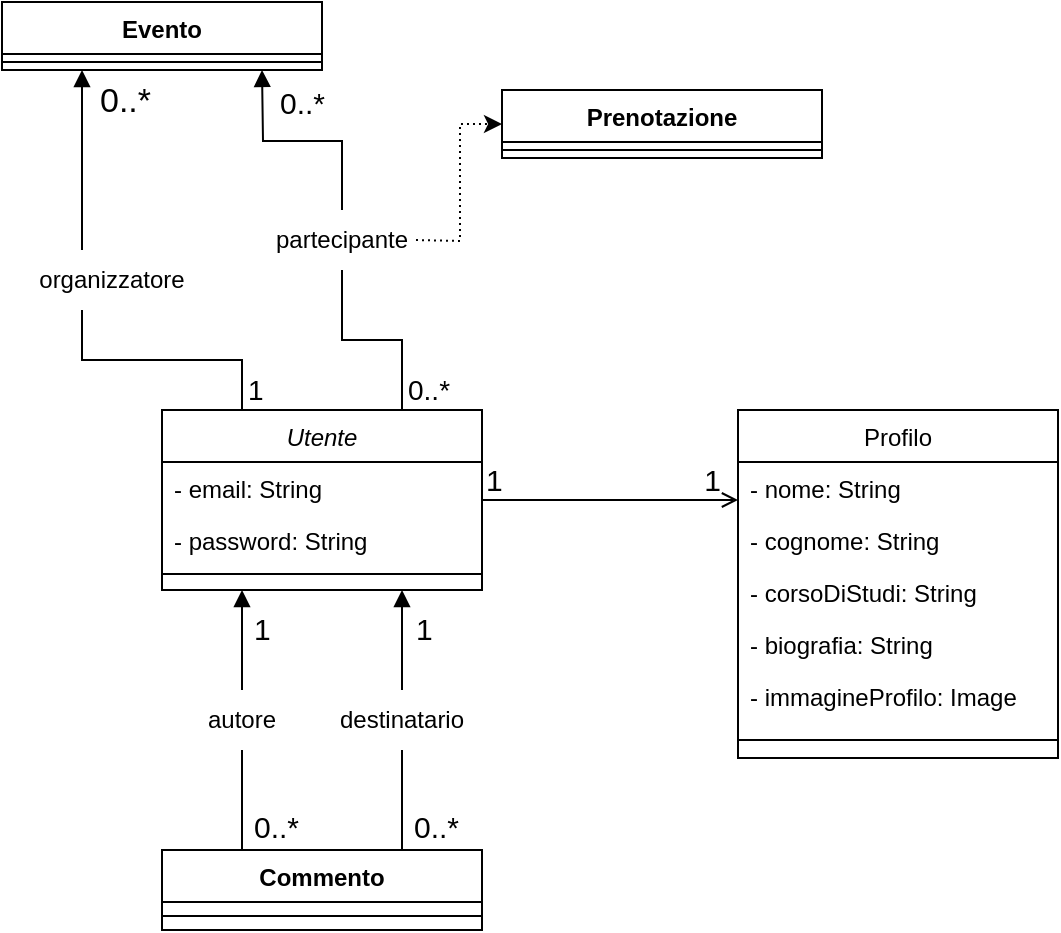
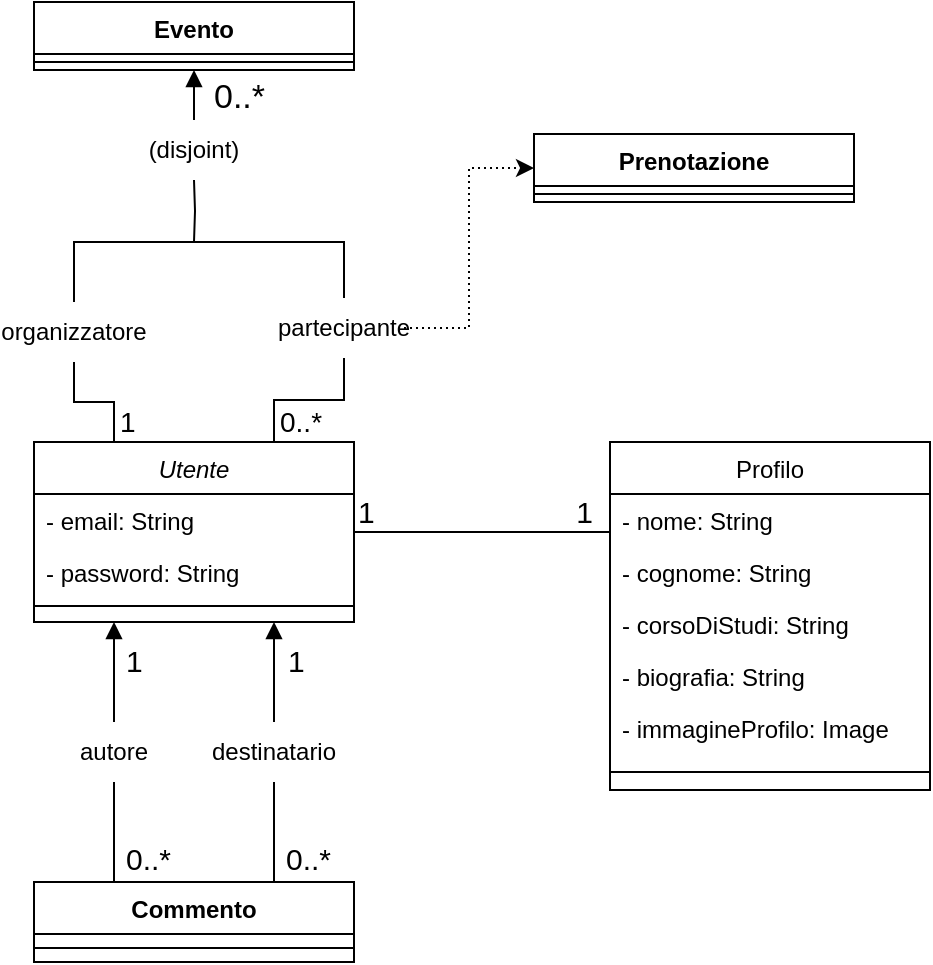
<mxfile host="app.diagrams.net">
  <diagram id="C5RBs43oDa-KdzZeNtuy" name="Page-1">
    <mxGraphModel dx="1030" dy="1696" grid="1" gridSize="10" guides="1" tooltips="1" connect="1" arrows="1" fold="1" page="1" pageScale="1" pageWidth="827" pageHeight="1169" math="0" shadow="0">
      <root>
        <mxCell id="WIyWlLk6GJQsqaUBKTNV-0" />
        <mxCell id="WIyWlLk6GJQsqaUBKTNV-1" parent="WIyWlLk6GJQsqaUBKTNV-0" />
        <mxCell id="zkfFHV4jXpPFQw0GAbJ--0" parent="WIyWlLk6GJQsqaUBKTNV-1" style="swimlane;fontStyle=2;align=center;verticalAlign=top;childLayout=stackLayout;horizontal=1;startSize=26;horizontalStack=0;resizeParent=1;resizeLast=0;collapsible=1;marginBottom=0;rounded=0;shadow=0;strokeWidth=1;" value="Utente" vertex="1">
          <mxGeometry height="90" width="160" x="220" y="120" as="geometry">
            <mxRectangle height="26" width="160" x="230" y="140" as="alternateBounds" />
          </mxGeometry>
        </mxCell>
        <mxCell id="zkfFHV4jXpPFQw0GAbJ--1" parent="zkfFHV4jXpPFQw0GAbJ--0" style="text;align=left;verticalAlign=top;spacingLeft=4;spacingRight=4;overflow=hidden;rotatable=0;points=[[0,0.5],[1,0.5]];portConstraint=eastwest;" value="- email: String" vertex="1">
          <mxGeometry height="26" width="160" y="26" as="geometry" />
        </mxCell>
        <mxCell id="zkfFHV4jXpPFQw0GAbJ--2" parent="zkfFHV4jXpPFQw0GAbJ--0" style="text;align=left;verticalAlign=top;spacingLeft=4;spacingRight=4;overflow=hidden;rotatable=0;points=[[0,0.5],[1,0.5]];portConstraint=eastwest;rounded=0;shadow=0;html=0;" value="- password: String" vertex="1">
          <mxGeometry height="26" width="160" y="52" as="geometry" />
        </mxCell>
        <mxCell id="zkfFHV4jXpPFQw0GAbJ--4" parent="zkfFHV4jXpPFQw0GAbJ--0" style="line;html=1;strokeWidth=1;align=left;verticalAlign=middle;spacingTop=-1;spacingLeft=3;spacingRight=3;rotatable=0;labelPosition=right;points=[];portConstraint=eastwest;" value="" vertex="1">
          <mxGeometry height="8" width="160" y="78" as="geometry" />
        </mxCell>
        <mxCell id="zkfFHV4jXpPFQw0GAbJ--17" parent="WIyWlLk6GJQsqaUBKTNV-1" style="swimlane;fontStyle=0;align=center;verticalAlign=top;childLayout=stackLayout;horizontal=1;startSize=26;horizontalStack=0;resizeParent=1;resizeLast=0;collapsible=1;marginBottom=0;rounded=0;shadow=0;strokeWidth=1;" value="Profilo" vertex="1">
          <mxGeometry height="174" width="160" x="508" y="120" as="geometry">
            <mxRectangle height="26" width="160" x="550" y="140" as="alternateBounds" />
          </mxGeometry>
        </mxCell>
        <mxCell id="A1KmLSKrQZBMBl_nuZv8-17" parent="zkfFHV4jXpPFQw0GAbJ--17" style="text;align=left;verticalAlign=top;spacingLeft=4;spacingRight=4;overflow=hidden;rotatable=0;points=[[0,0.5],[1,0.5]];portConstraint=eastwest;" value="- nome: String        " vertex="1">
          <mxGeometry height="26" width="160" y="26" as="geometry" />
        </mxCell>
        <mxCell id="zkfFHV4jXpPFQw0GAbJ--19" parent="zkfFHV4jXpPFQw0GAbJ--17" style="text;align=left;verticalAlign=top;spacingLeft=4;spacingRight=4;overflow=hidden;rotatable=0;points=[[0,0.5],[1,0.5]];portConstraint=eastwest;rounded=0;shadow=0;html=0;" value="- cognome: String" vertex="1">
          <mxGeometry height="26" width="160" y="52" as="geometry" />
        </mxCell>
        <mxCell id="zkfFHV4jXpPFQw0GAbJ--20" parent="zkfFHV4jXpPFQw0GAbJ--17" style="text;align=left;verticalAlign=top;spacingLeft=4;spacingRight=4;overflow=hidden;rotatable=0;points=[[0,0.5],[1,0.5]];portConstraint=eastwest;rounded=0;shadow=0;html=0;" value="- corsoDiStudi: String" vertex="1">
          <mxGeometry height="26" width="160" y="78" as="geometry" />
        </mxCell>
        <mxCell id="zkfFHV4jXpPFQw0GAbJ--21" parent="zkfFHV4jXpPFQw0GAbJ--17" style="text;align=left;verticalAlign=top;spacingLeft=4;spacingRight=4;overflow=hidden;rotatable=0;points=[[0,0.5],[1,0.5]];portConstraint=eastwest;rounded=0;shadow=0;html=0;" value="- biografia: String" vertex="1">
          <mxGeometry height="26" width="160" y="104" as="geometry" />
        </mxCell>
        <mxCell id="zkfFHV4jXpPFQw0GAbJ--22" parent="zkfFHV4jXpPFQw0GAbJ--17" style="text;align=left;verticalAlign=top;spacingLeft=4;spacingRight=4;overflow=hidden;rotatable=0;points=[[0,0.5],[1,0.5]];portConstraint=eastwest;rounded=0;shadow=0;html=0;" value="- immagineProfilo: Image" vertex="1">
          <mxGeometry height="26" width="160" y="130" as="geometry" />
        </mxCell>
        <mxCell id="zkfFHV4jXpPFQw0GAbJ--23" parent="zkfFHV4jXpPFQw0GAbJ--17" style="line;html=1;strokeWidth=1;align=left;verticalAlign=middle;spacingTop=-1;spacingLeft=3;spacingRight=3;rotatable=0;labelPosition=right;points=[];portConstraint=eastwest;" value="" vertex="1">
          <mxGeometry height="18" width="160" y="156" as="geometry" />
        </mxCell>
-         <mxCell id="zkfFHV4jXpPFQw0GAbJ--26" edge="1" parent="WIyWlLk6GJQsqaUBKTNV-1" source="zkfFHV4jXpPFQw0GAbJ--0" style="endArrow=open;shadow=0;strokeWidth=1;rounded=0;curved=0;endFill=1;edgeStyle=elbowEdgeStyle;elbow=vertical;" target="zkfFHV4jXpPFQw0GAbJ--17" value="">
+         <mxCell id="zkfFHV4jXpPFQw0GAbJ--26" edge="1" parent="WIyWlLk6GJQsqaUBKTNV-1" source="zkfFHV4jXpPFQw0GAbJ--0" style="endArrow=none;shadow=0;strokeWidth=1;rounded=0;curved=0;endFill=0;edgeStyle=elbowEdgeStyle;elbow=vertical;" target="zkfFHV4jXpPFQw0GAbJ--17" value="">
          <mxGeometry relative="1" x="0.5" y="41" as="geometry">
            <mxPoint x="-40" y="32" as="offset" />
            <mxPoint x="380" y="192" as="sourcePoint" />
            <mxPoint x="540" y="192" as="targetPoint" />
          </mxGeometry>
        </mxCell>
        <mxCell id="zkfFHV4jXpPFQw0GAbJ--27" connectable="0" parent="zkfFHV4jXpPFQw0GAbJ--26" style="resizable=0;align=left;verticalAlign=bottom;labelBackgroundColor=none;fontSize=15;" value="1" vertex="1">
          <mxGeometry relative="1" x="-1" as="geometry">
            <mxPoint as="offset" />
          </mxGeometry>
        </mxCell>
        <mxCell id="zkfFHV4jXpPFQw0GAbJ--28" connectable="0" parent="zkfFHV4jXpPFQw0GAbJ--26" style="resizable=0;align=right;verticalAlign=bottom;labelBackgroundColor=none;fontSize=15;" value="1" vertex="1">
          <mxGeometry relative="1" x="1" as="geometry">
            <mxPoint x="-7" as="offset" />
          </mxGeometry>
        </mxCell>
        <mxCell id="A1KmLSKrQZBMBl_nuZv8-7" parent="WIyWlLk6GJQsqaUBKTNV-1" style="swimlane;fontStyle=1;align=center;verticalAlign=top;childLayout=stackLayout;horizontal=1;startSize=26;horizontalStack=0;resizeParent=1;resizeParentMax=0;resizeLast=0;collapsible=1;marginBottom=0;whiteSpace=wrap;html=1;" value="Commento" vertex="1">
          <mxGeometry height="40" width="160" x="220" y="340" as="geometry" />
        </mxCell>
        <mxCell id="A1KmLSKrQZBMBl_nuZv8-9" parent="A1KmLSKrQZBMBl_nuZv8-7" style="line;strokeWidth=1;fillColor=none;align=left;verticalAlign=middle;spacingTop=-1;spacingLeft=3;spacingRight=3;rotatable=0;labelPosition=right;points=[];portConstraint=eastwest;strokeColor=inherit;" value="" vertex="1">
          <mxGeometry height="14" width="160" y="26" as="geometry" />
        </mxCell>
        <mxCell id="A1KmLSKrQZBMBl_nuZv8-25" edge="1" parent="WIyWlLk6GJQsqaUBKTNV-1" source="A1KmLSKrQZBMBl_nuZv8-31" style="endArrow=block;endFill=1;html=1;edgeStyle=orthogonalEdgeStyle;align=left;verticalAlign=top;rounded=0;entryX=0.25;entryY=1;entryDx=0;entryDy=0;" target="zkfFHV4jXpPFQw0GAbJ--0" value="">
          <mxGeometry relative="1" x="-1" as="geometry">
            <mxPoint x="240" y="300" as="sourcePoint" />
            <mxPoint x="400" y="300" as="targetPoint" />
          </mxGeometry>
        </mxCell>
        <mxCell id="A1KmLSKrQZBMBl_nuZv8-28" connectable="0" parent="WIyWlLk6GJQsqaUBKTNV-1" style="edgeLabel;resizable=0;html=1;align=left;verticalAlign=bottom;" value="&lt;font style=&quot;font-size: 15px;&quot;&gt;1&lt;/font&gt;" vertex="1">
          <mxGeometry x="264" y="240" as="geometry" />
        </mxCell>
        <mxCell id="A1KmLSKrQZBMBl_nuZv8-33" edge="1" parent="WIyWlLk6GJQsqaUBKTNV-1" source="A1KmLSKrQZBMBl_nuZv8-36" style="endArrow=block;endFill=1;html=1;edgeStyle=orthogonalEdgeStyle;align=left;verticalAlign=top;rounded=0;exitX=0.5;exitY=0;exitDx=0;exitDy=0;entryX=0.75;entryY=1;entryDx=0;entryDy=0;" target="zkfFHV4jXpPFQw0GAbJ--0" value="">
          <mxGeometry relative="1" x="-1" as="geometry">
            <mxPoint x="341" y="340" as="sourcePoint" />
            <mxPoint x="341" y="220" as="targetPoint" />
          </mxGeometry>
        </mxCell>
        <mxCell id="A1KmLSKrQZBMBl_nuZv8-35" connectable="0" parent="WIyWlLk6GJQsqaUBKTNV-1" style="edgeLabel;resizable=0;html=1;align=left;verticalAlign=bottom;fontSize=15;" value="1" vertex="1">
          <mxGeometry x="345" y="240" as="geometry" />
        </mxCell>
        <mxCell id="A1KmLSKrQZBMBl_nuZv8-37" parent="WIyWlLk6GJQsqaUBKTNV-1" style="swimlane;fontStyle=1;align=center;verticalAlign=top;childLayout=stackLayout;horizontal=1;startSize=26;horizontalStack=0;resizeParent=1;resizeParentMax=0;resizeLast=0;collapsible=1;marginBottom=0;whiteSpace=wrap;html=1;" value="Evento" vertex="1">
-           <mxGeometry height="34" width="160" x="140" y="-84" as="geometry" />
+           <mxGeometry height="34" width="160" x="220" y="-100" as="geometry" />
        </mxCell>
        <mxCell id="A1KmLSKrQZBMBl_nuZv8-39" parent="A1KmLSKrQZBMBl_nuZv8-37" style="line;strokeWidth=1;fillColor=none;align=left;verticalAlign=middle;spacingTop=-1;spacingLeft=3;spacingRight=3;rotatable=0;labelPosition=right;points=[];portConstraint=eastwest;strokeColor=inherit;" value="" vertex="1">
          <mxGeometry height="8" width="160" y="26" as="geometry" />
        </mxCell>
        <mxCell id="A1KmLSKrQZBMBl_nuZv8-41" parent="WIyWlLk6GJQsqaUBKTNV-1" style="swimlane;fontStyle=1;align=center;verticalAlign=top;childLayout=stackLayout;horizontal=1;startSize=26;horizontalStack=0;resizeParent=1;resizeParentMax=0;resizeLast=0;collapsible=1;marginBottom=0;whiteSpace=wrap;html=1;" value="Prenotazione" vertex="1">
-           <mxGeometry height="34" width="160" x="390" y="-40" as="geometry" />
+           <mxGeometry height="34" width="160" x="470" y="-34" as="geometry" />
        </mxCell>
        <mxCell id="A1KmLSKrQZBMBl_nuZv8-43" parent="A1KmLSKrQZBMBl_nuZv8-41" style="line;strokeWidth=1;fillColor=none;align=left;verticalAlign=middle;spacingTop=-1;spacingLeft=3;spacingRight=3;rotatable=0;labelPosition=right;points=[];portConstraint=eastwest;strokeColor=inherit;" value="" vertex="1">
          <mxGeometry height="8" width="160" y="26" as="geometry" />
        </mxCell>
-         <mxCell id="A1KmLSKrQZBMBl_nuZv8-46" edge="1" parent="WIyWlLk6GJQsqaUBKTNV-1" source="A1KmLSKrQZBMBl_nuZv8-50" style="endArrow=block;endFill=1;html=1;edgeStyle=orthogonalEdgeStyle;align=left;verticalAlign=top;rounded=0;exitX=0.25;exitY=0;exitDx=0;exitDy=0;entryX=0.25;entryY=1;entryDx=0;entryDy=0;" target="A1KmLSKrQZBMBl_nuZv8-37" value="">
+         <mxCell id="A1KmLSKrQZBMBl_nuZv8-48" edge="1" parent="WIyWlLk6GJQsqaUBKTNV-1" source="sJ1sH7wyjwEBY0EeLs8f-1" style="endArrow=block;endFill=1;html=1;edgeStyle=orthogonalEdgeStyle;align=left;verticalAlign=top;rounded=0;entryX=0.5;entryY=1;entryDx=0;entryDy=0;" target="A1KmLSKrQZBMBl_nuZv8-37" value="">
          <mxGeometry relative="1" x="-1" as="geometry">
-             <mxPoint x="250" y="60" as="sourcePoint" />
-             <mxPoint x="410" y="60" as="targetPoint" />
-           </mxGeometry>
-         </mxCell>
-         <mxCell id="A1KmLSKrQZBMBl_nuZv8-48" edge="1" parent="WIyWlLk6GJQsqaUBKTNV-1" source="A1KmLSKrQZBMBl_nuZv8-51" style="endArrow=block;endFill=1;html=1;edgeStyle=orthogonalEdgeStyle;align=left;verticalAlign=top;rounded=0;exitX=0.5;exitY=0;exitDx=0;exitDy=0;" value="">
-           <mxGeometry relative="1" x="-1" as="geometry">
-             <mxPoint x="370" y="60" as="sourcePoint" />
+             <mxPoint x="300" y="20" as="sourcePoint" />
            <mxPoint x="270" y="-50" as="targetPoint" />
          </mxGeometry>
        </mxCell>
        <mxCell id="A1KmLSKrQZBMBl_nuZv8-52" connectable="0" parent="WIyWlLk6GJQsqaUBKTNV-1" style="edgeLabel;resizable=0;html=1;align=left;verticalAlign=bottom;fontSize=17;" value="0..*" vertex="1">
-           <mxGeometry x="187" y="-23" as="geometry" />
+           <mxGeometry x="308" y="-41" as="geometry" />
        </mxCell>
-         <mxCell id="A1KmLSKrQZBMBl_nuZv8-54" edge="1" parent="WIyWlLk6GJQsqaUBKTNV-1" source="zkfFHV4jXpPFQw0GAbJ--0" style="endArrow=none;endFill=0;html=1;edgeStyle=orthogonalEdgeStyle;align=left;verticalAlign=top;rounded=0;exitX=0.25;exitY=0;exitDx=0;exitDy=0;entryX=0.25;entryY=1;entryDx=0;entryDy=0;" target="A1KmLSKrQZBMBl_nuZv8-50" value="">
+         <mxCell id="A1KmLSKrQZBMBl_nuZv8-54" edge="1" parent="WIyWlLk6GJQsqaUBKTNV-1" source="zkfFHV4jXpPFQw0GAbJ--0" style="endArrow=none;endFill=0;html=1;edgeStyle=orthogonalEdgeStyle;align=left;verticalAlign=top;rounded=0;exitX=0.25;exitY=0;exitDx=0;exitDy=0;entryX=0.5;entryY=1;entryDx=0;entryDy=0;" target="A1KmLSKrQZBMBl_nuZv8-50" value="">
          <mxGeometry relative="1" x="-1" as="geometry">
            <mxPoint x="260" y="120" as="sourcePoint" />
            <mxPoint x="130" y="-16" as="targetPoint" />
          </mxGeometry>
        </mxCell>
        <mxCell id="A1KmLSKrQZBMBl_nuZv8-55" connectable="0" parent="A1KmLSKrQZBMBl_nuZv8-54" style="edgeLabel;resizable=0;html=1;align=left;verticalAlign=bottom;fontSize=14;" value="1" vertex="1">
          <mxGeometry relative="1" x="-1" as="geometry">
            <mxPoint x="1" as="offset" />
          </mxGeometry>
        </mxCell>
+         <mxCell id="sJ1sH7wyjwEBY0EeLs8f-0" edge="1" parent="WIyWlLk6GJQsqaUBKTNV-1" source="A1KmLSKrQZBMBl_nuZv8-50" style="edgeStyle=orthogonalEdgeStyle;rounded=0;orthogonalLoop=1;jettySize=auto;html=1;exitX=0.5;exitY=0;exitDx=0;exitDy=0;endArrow=none;endFill=0;entryX=0.5;entryY=0;entryDx=0;entryDy=0;" target="A1KmLSKrQZBMBl_nuZv8-51">
+           <mxGeometry relative="1" as="geometry">
+             <Array as="points">
+               <mxPoint x="240" y="20" />
+               <mxPoint x="375" y="20" />
+             </Array>
+             <mxPoint x="300" y="20" as="targetPoint" />
+           </mxGeometry>
+         </mxCell>
        <mxCell id="A1KmLSKrQZBMBl_nuZv8-50" parent="WIyWlLk6GJQsqaUBKTNV-1" style="text;html=1;whiteSpace=wrap;strokeColor=none;fillColor=none;align=center;verticalAlign=middle;rounded=0;" value="organizzatore" vertex="1">
-           <mxGeometry height="30" width="60" x="165" y="40" as="geometry" />
+           <mxGeometry height="30" width="60" x="210" y="50" as="geometry" />
        </mxCell>
        <mxCell id="A1KmLSKrQZBMBl_nuZv8-56" edge="1" parent="WIyWlLk6GJQsqaUBKTNV-1" source="zkfFHV4jXpPFQw0GAbJ--0" style="endArrow=none;endFill=0;html=1;edgeStyle=orthogonalEdgeStyle;align=left;verticalAlign=top;rounded=0;exitX=0.75;exitY=0;exitDx=0;exitDy=0;" target="A1KmLSKrQZBMBl_nuZv8-51" value="">
          <mxGeometry relative="1" x="-1" as="geometry">
            <mxPoint x="340" y="120" as="sourcePoint" />
            <mxPoint x="270" y="-50" as="targetPoint" />
          </mxGeometry>
        </mxCell>
        <mxCell id="A1KmLSKrQZBMBl_nuZv8-57" connectable="0" parent="A1KmLSKrQZBMBl_nuZv8-56" style="edgeLabel;resizable=0;html=1;align=left;verticalAlign=bottom;fontSize=14;" value="0..*" vertex="1">
          <mxGeometry relative="1" x="-1" as="geometry">
            <mxPoint x="1" as="offset" />
          </mxGeometry>
        </mxCell>
-         <mxCell id="A1KmLSKrQZBMBl_nuZv8-58" edge="1" parent="WIyWlLk6GJQsqaUBKTNV-1" style="edgeStyle=orthogonalEdgeStyle;rounded=0;orthogonalLoop=1;jettySize=auto;html=1;exitX=1;exitY=0.5;exitDx=0;exitDy=0;dashed=1;dashPattern=1 2;entryX=0;entryY=0.5;entryDx=0;entryDy=0;" target="A1KmLSKrQZBMBl_nuZv8-41">
+         <mxCell id="A1KmLSKrQZBMBl_nuZv8-58" edge="1" parent="WIyWlLk6GJQsqaUBKTNV-1" source="A1KmLSKrQZBMBl_nuZv8-51" style="edgeStyle=orthogonalEdgeStyle;rounded=0;orthogonalLoop=1;jettySize=auto;html=1;exitX=1;exitY=0.5;exitDx=0;exitDy=0;dashed=1;dashPattern=1 2;entryX=0;entryY=0.5;entryDx=0;entryDy=0;" target="A1KmLSKrQZBMBl_nuZv8-41">
          <mxGeometry relative="1" as="geometry">
            <mxPoint x="347" y="35" as="sourcePoint" />
            <mxPoint x="457" y="35.333333333333485" as="targetPoint" />
          </mxGeometry>
        </mxCell>
        <mxCell id="A1KmLSKrQZBMBl_nuZv8-51" parent="WIyWlLk6GJQsqaUBKTNV-1" style="text;html=1;whiteSpace=wrap;strokeColor=none;fillColor=none;align=center;verticalAlign=middle;rounded=0;" value="partecipante" vertex="1">
-           <mxGeometry height="30" width="60" x="280" y="20" as="geometry" />
-         </mxCell>
-         <mxCell id="A1KmLSKrQZBMBl_nuZv8-60" connectable="0" parent="WIyWlLk6GJQsqaUBKTNV-1" style="edgeLabel;resizable=0;html=1;align=left;verticalAlign=bottom;fontSize=17;" value="&lt;font style=&quot;font-size: 15px;&quot;&gt;0..*&lt;/font&gt;" vertex="1">
-           <mxGeometry x="277" y="-22" as="geometry" />
+           <mxGeometry height="30" width="60" x="345" y="48" as="geometry" />
        </mxCell>
        <mxCell id="A1KmLSKrQZBMBl_nuZv8-61" edge="1" parent="WIyWlLk6GJQsqaUBKTNV-1" source="A1KmLSKrQZBMBl_nuZv8-7" style="endArrow=none;endFill=0;html=1;edgeStyle=orthogonalEdgeStyle;align=left;verticalAlign=top;rounded=0;exitX=0.75;exitY=0;exitDx=0;exitDy=0;entryX=0.5;entryY=1;entryDx=0;entryDy=0;" target="A1KmLSKrQZBMBl_nuZv8-36" value="">
          <mxGeometry relative="1" x="-1" as="geometry">
            <mxPoint x="340" y="340" as="sourcePoint" />
            <mxPoint x="340" y="290" as="targetPoint" />
          </mxGeometry>
        </mxCell>
        <mxCell id="A1KmLSKrQZBMBl_nuZv8-62" connectable="0" parent="A1KmLSKrQZBMBl_nuZv8-61" style="edgeLabel;resizable=0;html=1;align=left;verticalAlign=bottom;" value="&lt;font style=&quot;font-size: 15px;&quot;&gt;0..*&lt;/font&gt;" vertex="1">
          <mxGeometry relative="1" x="-1" as="geometry">
            <mxPoint x="4" y="-1" as="offset" />
          </mxGeometry>
        </mxCell>
        <mxCell id="A1KmLSKrQZBMBl_nuZv8-36" parent="WIyWlLk6GJQsqaUBKTNV-1" style="text;html=1;whiteSpace=wrap;strokeColor=none;fillColor=none;align=center;verticalAlign=middle;rounded=0;" value="destinatario" vertex="1">
          <mxGeometry height="30" width="60" x="310" y="260" as="geometry" />
        </mxCell>
        <mxCell id="A1KmLSKrQZBMBl_nuZv8-63" edge="1" parent="WIyWlLk6GJQsqaUBKTNV-1" source="A1KmLSKrQZBMBl_nuZv8-7" style="endArrow=none;endFill=0;html=1;edgeStyle=orthogonalEdgeStyle;align=left;verticalAlign=top;rounded=0;exitX=0.25;exitY=0;exitDx=0;exitDy=0;entryX=0.5;entryY=1;entryDx=0;entryDy=0;" target="A1KmLSKrQZBMBl_nuZv8-31" value="">
          <mxGeometry relative="1" x="-1" as="geometry">
            <mxPoint x="260" y="340" as="sourcePoint" />
            <mxPoint x="260" y="210" as="targetPoint" />
          </mxGeometry>
        </mxCell>
        <mxCell id="A1KmLSKrQZBMBl_nuZv8-64" connectable="0" parent="A1KmLSKrQZBMBl_nuZv8-63" style="edgeLabel;resizable=0;html=1;align=left;verticalAlign=bottom;fontSize=15;" value="0..*" vertex="1">
          <mxGeometry relative="1" x="-1" as="geometry">
            <mxPoint x="4" y="-1" as="offset" />
          </mxGeometry>
        </mxCell>
        <mxCell id="A1KmLSKrQZBMBl_nuZv8-31" parent="WIyWlLk6GJQsqaUBKTNV-1" style="text;html=1;whiteSpace=wrap;strokeColor=none;fillColor=none;align=center;verticalAlign=middle;rounded=0;" value="autore" vertex="1">
          <mxGeometry height="30" width="60" x="230" y="260" as="geometry" />
        </mxCell>
+         <mxCell id="sJ1sH7wyjwEBY0EeLs8f-3" edge="1" parent="WIyWlLk6GJQsqaUBKTNV-1" style="endArrow=none;endFill=0;html=1;edgeStyle=orthogonalEdgeStyle;align=left;verticalAlign=top;rounded=0;entryX=0.5;entryY=1;entryDx=0;entryDy=0;" target="sJ1sH7wyjwEBY0EeLs8f-1" value="">
+           <mxGeometry relative="1" x="-1" as="geometry">
+             <mxPoint x="300" y="20" as="sourcePoint" />
+             <mxPoint x="300" y="-66" as="targetPoint" />
+           </mxGeometry>
+         </mxCell>
+         <mxCell id="sJ1sH7wyjwEBY0EeLs8f-1" parent="WIyWlLk6GJQsqaUBKTNV-1" style="text;html=1;whiteSpace=wrap;strokeColor=none;fillColor=none;align=center;verticalAlign=middle;rounded=0;" value="&lt;div&gt;&lt;span style=&quot;background-color: transparent; color: light-dark(rgb(0, 0, 0), rgb(255, 255, 255));&quot;&gt;(disjoint)&lt;/span&gt;&lt;/div&gt;" vertex="1">
+           <mxGeometry height="30" width="60" x="270" y="-41" as="geometry" />
+         </mxCell>
      </root>
    </mxGraphModel>
  </diagram>
</mxfile>
